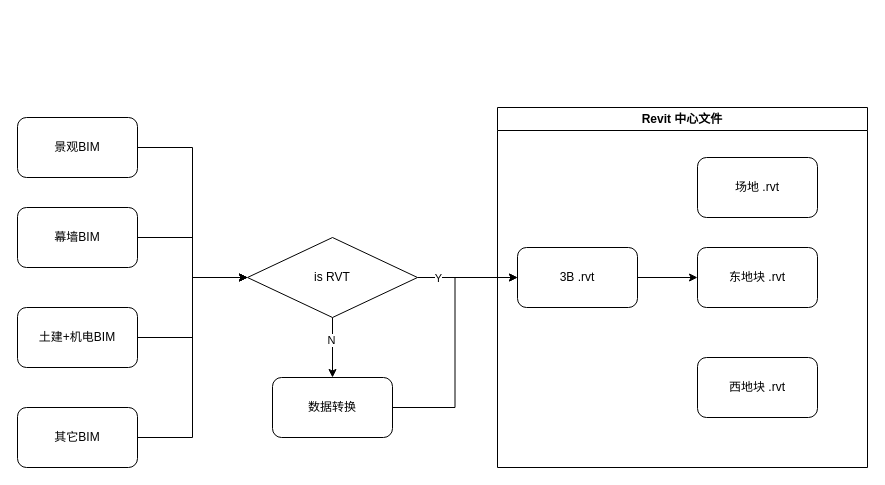
Earlier version of the draw.io diagram 未命名绘图.drawio (gaochaowyq/MinderGraph). Source tidied: cells renumbered, new cells numbered last; positions are measured from the earlier drawing's top-left corner, leaving out a move shared by most shapes. Both pictures are drawn from the tidied source at 100%, with x=0, y=0 at pixel (17, 107).
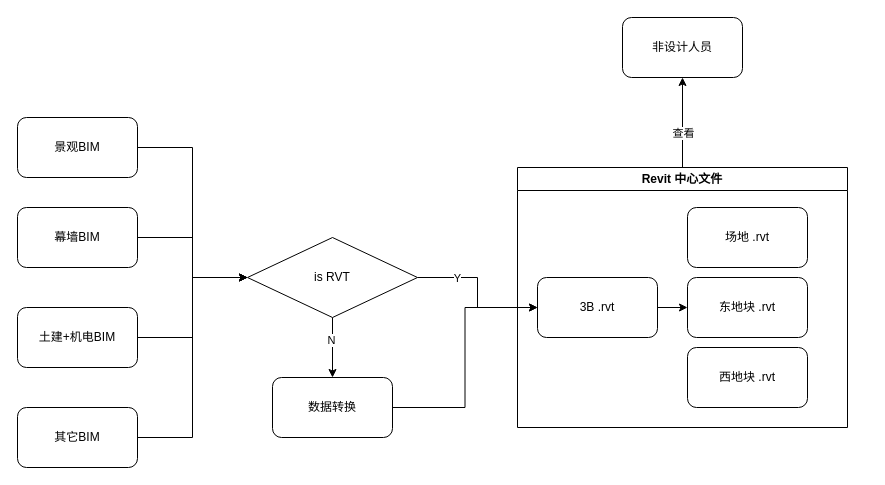
The same page after the edit.

Commit message (it also covers changes not shown here):
更新未命名绘图.drawio

Diff of the diagram source:
```diff
@@
+    <mxCell id="23" style="edgeStyle=orthogonalEdgeStyle;rounded=0;jettySize=auto;html=1;entryX=0.5;entryY=1;entryDx=0;entryDy=0;" parent="1" edge="1" source="2" target="25">
+      <mxGeometry relative="1" as="geometry" />
+    </mxCell>
+    <mxCell id="24" value="查看" style="edgeLabel;html=1;align=center;verticalAlign=middle;" parent="23" vertex="1">
+      <mxGeometry x="-0.22" relative="1" as="geometry" />
+    </mxCell>
     <mxCell id="2" value="Revit 中心文件" style="swimlane;whiteSpace=wrap;html=1;" parent="1" vertex="1">
-      <mxGeometry x="480" width="370" height="360" as="geometry" />
+      <mxGeometry x="500" y="60" width="330" height="260" as="geometry" />
     </mxCell>
     <mxCell id="3" value="场地 .rvt" style="rounded=1;whiteSpace=wrap;html=1;" parent="2" vertex="1">
-      <mxGeometry x="200" y="50" width="120" height="60" as="geometry" />
+      <mxGeometry x="170" y="40" width="120" height="60" as="geometry" />
     </mxCell>
     <mxCell id="4" value="东地块 .rvt" style="rounded=1;whiteSpace=wrap;html=1;" parent="2" vertex="1">
-      <mxGeometry x="200" y="140" width="120" height="60" as="geometry" />
+      <mxGeometry x="170" y="110" width="120" height="60" as="geometry" />
     </mxCell>
     <mxCell id="5" value="西地块 .rvt" style="rounded=1;whiteSpace=wrap;html=1;" parent="2" vertex="1">
-      <mxGeometry x="200" y="250" width="120" height="60" as="geometry" />
+      <mxGeometry x="170" y="180" width="120" height="60" as="geometry" />
     </mxCell>
@@
     <mxCell id="7" value="3B .rvt" style="rounded=1;whiteSpace=wrap;html=1;" parent="2" vertex="1">
-      <mxGeometry x="20" y="140" width="120" height="60" as="geometry" />
+      <mxGeometry x="20" y="110" width="120" height="60" as="geometry" />
     </mxCell>
@@
+    <mxCell id="25" value="非设计人员" style="rounded=1;whiteSpace=wrap;html=1;" parent="1" vertex="1">
+      <mxGeometry x="605" y="-90" width="120" height="60" as="geometry" />
+    </mxCell>
```
